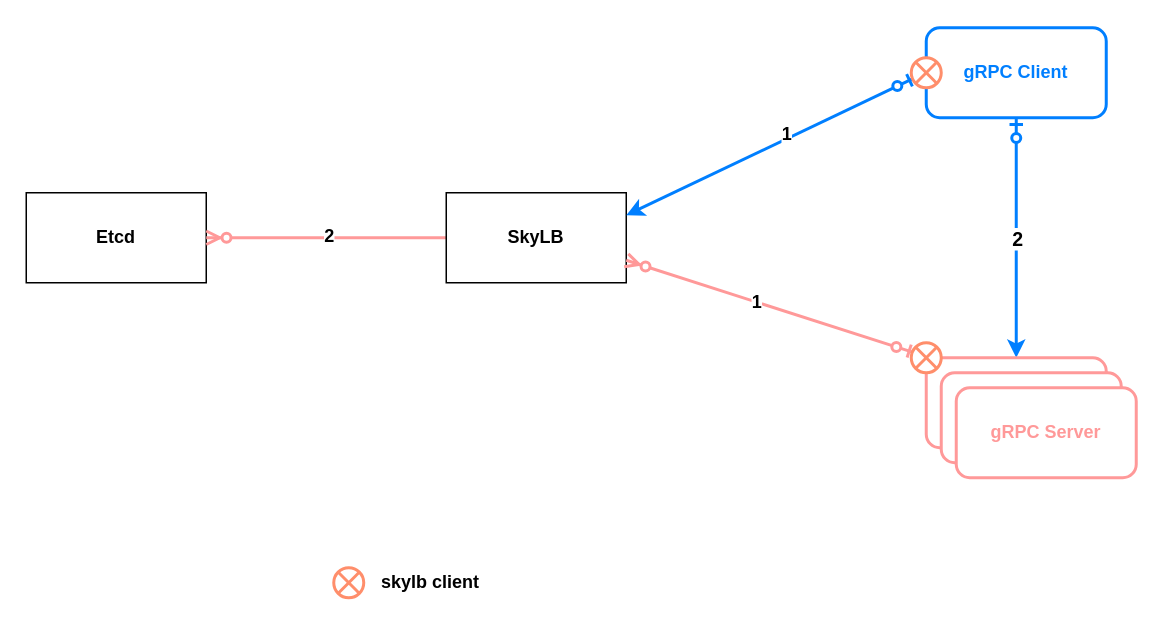
The draw.io diagram public/2020/07/20/gRPC SkyLB/architecture.drawio in binchencoder/Hexo-code, before the edit. Source tidied: cells renumbered, new cells numbered last; positions are measured from the earlier drawing's top-left corner, leaving out a move shared by most shapes. Both pictures are drawn from the tidied source at 150%, with x=0, y=0 at pixel (26, 27).
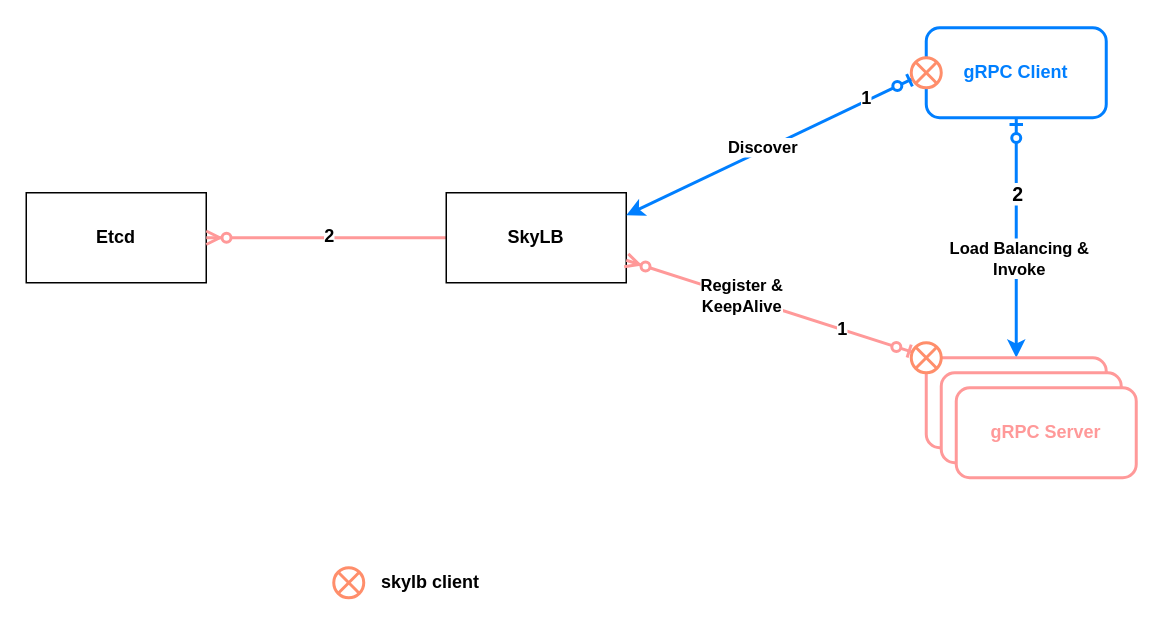
Above is the later version.

The change refers to these unchanged cells:
```xml
<mxCell id="5" style="edgeStyle=none;rounded=0;jettySize=auto;html=1;entryX=0.5;entryY=0;entryDx=0;entryDy=0;startArrow=ERzeroToOne;startFill=1;endArrow=classic;endFill=1;strokeColor=#007FFF;strokeWidth=2;fontColor=#007FFF;" parent="1" edge="1" source="9" target="18">
  <mxGeometry relative="1" as="geometry" />
</mxCell>
<mxCell id="7" style="edgeStyle=none;rounded=0;jettySize=auto;html=1;startArrow=ERzeroToOne;startFill=1;endArrow=classic;endFill=1;strokeColor=#007FFF;strokeWidth=2;fontColor=#007FFF;exitX=0.145;exitY=0.855;exitDx=0;exitDy=0;exitPerimeter=0;entryX=1;entryY=0.25;entryDx=0;entryDy=0;" parent="1" edge="1" target="4">
  <mxGeometry relative="1" as="geometry">
    <mxPoint x="592.9" y="33.1" as="sourcePoint" />
  </mxGeometry>
</mxCell>
<mxCell id="10" style="rounded=0;jettySize=auto;html=1;entryX=1;entryY=0.75;entryDx=0;entryDy=0;startArrow=ERzeroToOne;startFill=1;endArrow=ERzeroToMany;endFill=1;strokeColor=#FF9999;strokeWidth=2;fontColor=#007FFF;exitX=0.145;exitY=0.145;exitDx=0;exitDy=0;exitPerimeter=0;" parent="1" edge="1" target="4">
  <mxGeometry relative="1" as="geometry">
    <mxPoint x="592.9" y="216.9" as="sourcePoint" />
  </mxGeometry>
</mxCell>
```

What changed in the source:
```diff
@@
     <mxCell id="6" value="2" style="text;html=1;align=center;verticalAlign=middle;labelBackgroundColor=#ffffff;fontSize=13;fontStyle=1;" parent="5" vertex="1">
       <mxGeometry x="0.15" y="2" relative="1" as="geometry">
-        <mxPoint x="-2" y="-12" as="offset" />
+        <mxPoint x="-2" y="-42" as="offset" />
       </mxGeometry>
     </mxCell>
+    <mxCell id="23" value="Load Balancing &amp;amp;&lt;br&gt;Invoke" style="edgeLabel;html=1;align=center;verticalAlign=middle;fontStyle=1;" parent="5" vertex="1">
+      <mxGeometry x="0.16" y="1" relative="1" as="geometry" />
+    </mxCell>
@@
     <mxCell id="8" value="1" style="text;html=1;align=center;verticalAlign=middle;labelBackgroundColor=#ffffff;fontStyle=1;" parent="7" vertex="1">
-      <mxGeometry x="-0.12" y="-3" relative="1" as="geometry" />
+      <mxGeometry x="-0.12" y="-3" relative="1" as="geometry">
+        <mxPoint x="53.2" y="-24.8" as="offset" />
+      </mxGeometry>
     </mxCell>
+    <mxCell id="24" value="Discover" style="edgeLabel;html=1;align=center;verticalAlign=middle;fontStyle=1;" parent="7" vertex="1">
+      <mxGeometry x="0.29" y="-3" relative="1" as="geometry">
+        <mxPoint x="23" y="-9.8" as="offset" />
+      </mxGeometry>
+    </mxCell>
@@
     <mxCell id="11" value="1" style="text;html=1;align=center;verticalAlign=middle;labelBackgroundColor=#ffffff;fontStyle=1;" parent="10" vertex="1">
-      <mxGeometry x="0.11" relative="1" as="geometry" />
+      <mxGeometry x="0.11" relative="1" as="geometry">
+        <mxPoint x="57.7" y="18.3" as="offset" />
+      </mxGeometry>
     </mxCell>
+    <mxCell id="25" value="Register &amp;amp; &lt;br&gt;KeepAlive" style="edgeLabel;html=1;align=center;verticalAlign=middle;fontStyle=1;" parent="10" vertex="1">
+      <mxGeometry x="0.53" y="-2" relative="1" as="geometry">
+        <mxPoint x="30.1" y="10.4" as="offset" />
+      </mxGeometry>
+    </mxCell>
```
